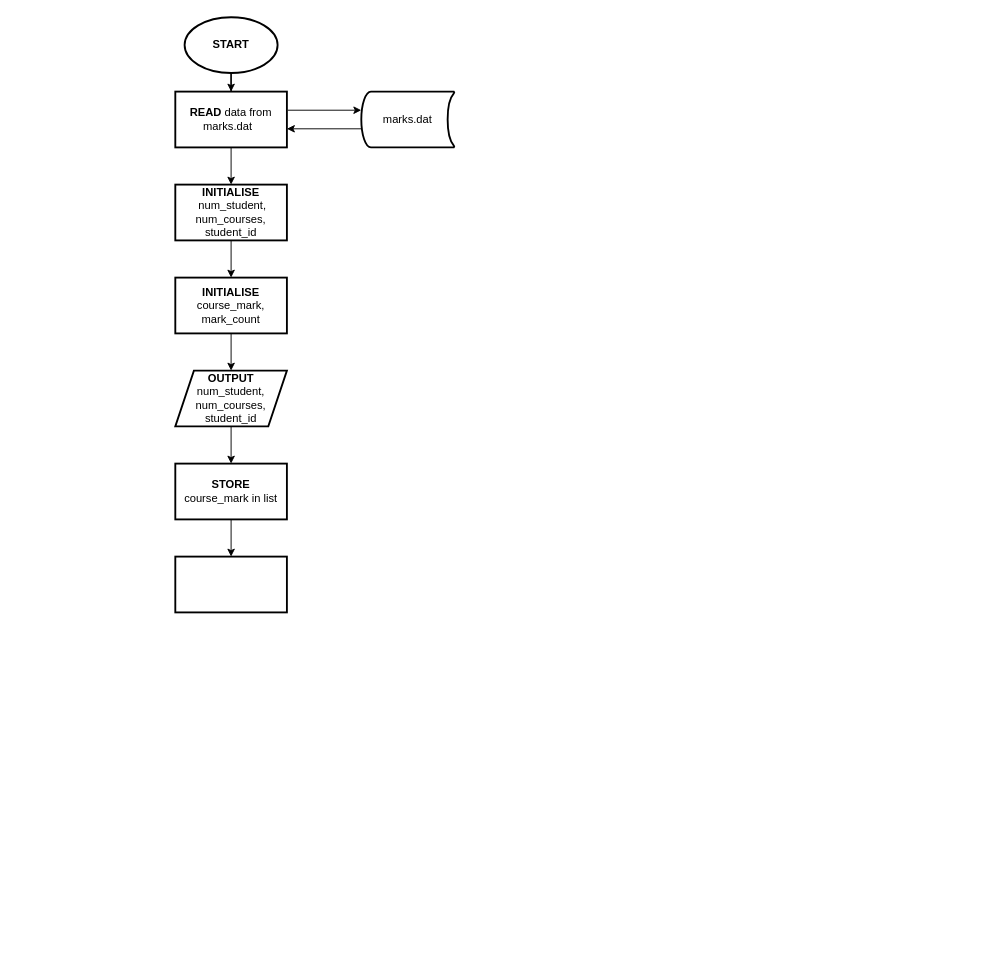
erwanfadlys/OUM_Final keeps this draw.io diagram as page "MainFunc" (1 of 2) of Untitled Diagram.drawio. Above is the earlier version. Source tidied: cells renumbered, new cells numbered last; positions are measured from the earlier drawing's top-left corner, leaving out a move shared by most shapes. Both pictures are drawn from the tidied source at 93%, with x=0, y=0 at pixel (175, 17).
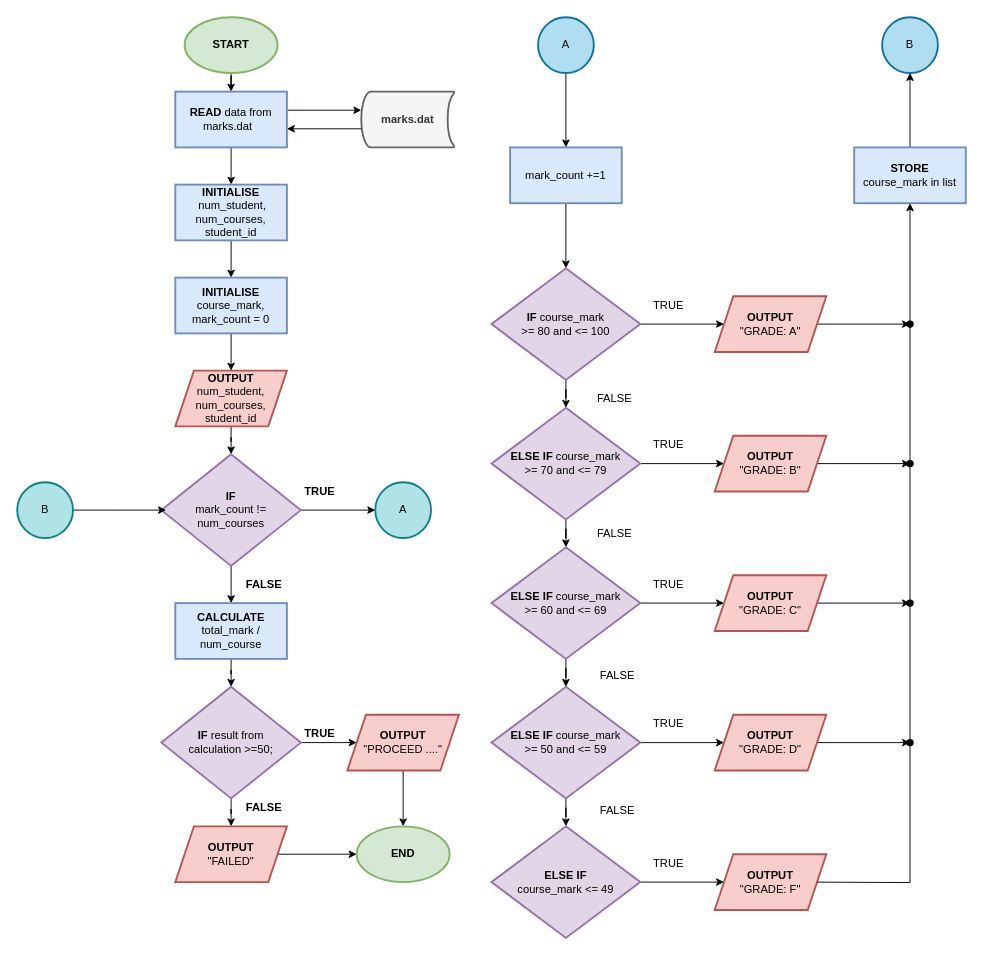
After the change.

Diff of the diagram source:
```diff
@@
-    <mxCell id="2" value="marks.dat" style="strokeWidth=2;html=1;shape=mxgraph.flowchart.stored_data;whiteSpace=wrap;" parent="1" vertex="1">
+    <mxCell id="2" value="&lt;b&gt;marks.dat&lt;/b&gt;" style="strokeWidth=2;html=1;shape=mxgraph.flowchart.stored_data;whiteSpace=wrap;fillColor=#f5f5f5;strokeColor=#666666;fontColor=#333333;" parent="1" vertex="1">
       <mxGeometry x="200" y="80" width="100" height="60" as="geometry" />
     </mxCell>
-    <mxCell id="3" style="edgeStyle=orthogonalEdgeStyle;rounded=0;jettySize=auto;html=1;" parent="1" edge="1" source="4" target="7">
+    <mxCell id="3" style="edgeStyle=orthogonalEdgeStyle;jettySize=auto;html=1;" parent="1" edge="1" source="4" target="7">
       <mxGeometry relative="1" as="geometry" />
     </mxCell>
-    <mxCell id="4" value="&lt;b&gt;START&lt;/b&gt;" style="strokeWidth=2;html=1;shape=mxgraph.flowchart.start_1;whiteSpace=wrap;" parent="1" vertex="1">
+    <mxCell id="4" value="&lt;b&gt;START&lt;/b&gt;" style="strokeWidth=2;html=1;shape=mxgraph.flowchart.start_1;whiteSpace=wrap;fillColor=#d5e8d4;strokeColor=#82b366;" parent="1" vertex="1">
       <mxGeometry x="10" width="100" height="60" as="geometry" />
     </mxCell>
-    <mxCell id="5" style="edgeStyle=orthogonalEdgeStyle;rounded=0;jettySize=auto;html=1;" parent="1" edge="1" target="2">
+    <mxCell id="5" style="edgeStyle=orthogonalEdgeStyle;jettySize=auto;html=1;" parent="1" edge="1" target="2">
       <mxGeometry relative="1" as="geometry">
         <mxPoint x="121" y="100" as="sourcePoint" />
         <Array as="points">
           <mxPoint x="121" y="100" />
         </Array>
       </mxGeometry>
     </mxCell>
-    <mxCell id="6" style="edgeStyle=orthogonalEdgeStyle;rounded=0;jettySize=auto;html=1;" parent="1" edge="1" source="7" target="10">
+    <mxCell id="6" style="edgeStyle=orthogonalEdgeStyle;jettySize=auto;html=1;" parent="1" edge="1" source="7" target="10">
       <mxGeometry relative="1" as="geometry" />
     </mxCell>
-    <mxCell id="7" value="&lt;b&gt;READ&lt;/b&gt; data from marks.dat &amp;nbsp;" style="whiteSpace=wrap;html=1;strokeWidth=2;" parent="1" vertex="1">
+    <mxCell id="7" value="&lt;b&gt;READ&lt;/b&gt; data from marks.dat &amp;nbsp;" style="whiteSpace=wrap;html=1;strokeWidth=2;fillColor=#dae8fc;strokeColor=#6c8ebf;" parent="1" vertex="1">
       <mxGeometry y="80" width="120" height="60" as="geometry" />
     </mxCell>
-    <mxCell id="8" style="edgeStyle=orthogonalEdgeStyle;rounded=0;jettySize=auto;html=1;" parent="1" edge="1" source="2">
+    <mxCell id="8" style="edgeStyle=orthogonalEdgeStyle;jettySize=auto;html=1;" parent="1" edge="1" source="2">
       <mxGeometry relative="1" as="geometry">
         <mxPoint x="120" y="120" as="targetPoint" />
         <Array as="points">
           <mxPoint x="120" y="120" />
         </Array>
       </mxGeometry>
     </mxCell>
-    <mxCell id="9" style="edgeStyle=orthogonalEdgeStyle;rounded=0;jettySize=auto;html=1;" parent="1" edge="1" source="10" target="14">
+    <mxCell id="9" style="edgeStyle=orthogonalEdgeStyle;jettySize=auto;html=1;" parent="1" edge="1" source="10" target="14">
       <mxGeometry relative="1" as="geometry" />
     </mxCell>
-    <mxCell id="10" value="&lt;b&gt;INITIALISE&lt;/b&gt; &amp;nbsp;num_student,&lt;br&gt;num_courses, student_id" style="whiteSpace=wrap;html=1;strokeWidth=2;" parent="1" vertex="1">
+    <mxCell id="10" value="&lt;b&gt;INITIALISE&lt;/b&gt; &amp;nbsp;num_student,&lt;br&gt;num_courses, student_id" style="whiteSpace=wrap;html=1;strokeWidth=2;fillColor=#dae8fc;strokeColor=#6c8ebf;" parent="1" vertex="1">
       <mxGeometry y="180" width="120" height="60" as="geometry" />
     </mxCell>
-    <mxCell id="11" style="edgeStyle=orthogonalEdgeStyle;rounded=0;jettySize=auto;html=1;" parent="1" edge="1" source="12" target="16">
-      <mxGeometry relative="1" as="geometry" />
-    </mxCell>
+    <mxCell id="18" style="edgeStyle=orthogonalEdgeStyle;jettySize=auto;html=1;" parent="1" edge="1" source="12" target="22">
+      <mxGeometry relative="1" as="geometry" />
+    </mxCell>
-    <mxCell id="12" value="&lt;b&gt;OUTPUT&lt;/b&gt; num_student, num_courses, student_id" style="shape=parallelogram;perimeter=parallelogramPerimeter;whiteSpace=wrap;html=1;fixedSize=1;strokeWidth=2;" parent="1" vertex="1">
+    <mxCell id="12" value="&lt;b&gt;OUTPUT&lt;/b&gt; num_student, num_courses, student_id" style="shape=parallelogram;perimeter=parallelogramPerimeter;whiteSpace=wrap;html=1;fixedSize=1;strokeWidth=2;fillColor=#f8cecc;strokeColor=#b85450;" parent="1" vertex="1">
       <mxGeometry y="380" width="120" height="60" as="geometry" />
     </mxCell>
-    <mxCell id="13" style="edgeStyle=orthogonalEdgeStyle;rounded=0;jettySize=auto;html=1;" parent="1" edge="1" source="14" target="12">
+    <mxCell id="13" style="edgeStyle=orthogonalEdgeStyle;jettySize=auto;html=1;" parent="1" edge="1" source="14" target="12">
       <mxGeometry relative="1" as="geometry" />
     </mxCell>
-    <mxCell id="14" value="&lt;b&gt;INITIALISE&lt;/b&gt;&lt;br&gt;course_mark,&lt;br&gt;mark_count" style="whiteSpace=wrap;html=1;strokeWidth=2;" parent="1" vertex="1">
+    <mxCell id="14" value="&lt;b&gt;INITIALISE&lt;/b&gt;&lt;br&gt;course_mark,&lt;br&gt;mark_count = 0" style="whiteSpace=wrap;html=1;strokeWidth=2;fillColor=#dae8fc;strokeColor=#6c8ebf;" parent="1" vertex="1">
       <mxGeometry y="280" width="120" height="60" as="geometry" />
     </mxCell>
-    <mxCell id="15" style="edgeStyle=orthogonalEdgeStyle;rounded=0;jettySize=auto;html=1;" parent="1" edge="1" source="16" target="17">
-      <mxGeometry relative="1" as="geometry" />
-    </mxCell>
+    <mxCell id="19" value="A" style="strokeWidth=2;html=1;shape=mxgraph.flowchart.start_2;whiteSpace=wrap;fillColor=#b0e3e6;strokeColor=#0e8088;" parent="1" vertex="1">
+      <mxGeometry x="215" y="500" width="60" height="60" as="geometry" />
+    </mxCell>
+    <mxCell id="20" style="edgeStyle=orthogonalEdgeStyle;jettySize=auto;html=1;exitX=1;exitY=0.5;exitDx=0;exitDy=0;" parent="1" edge="1" source="22" target="19">
+      <mxGeometry relative="1" as="geometry" />
+    </mxCell>
+    <mxCell id="21" style="edgeStyle=orthogonalEdgeStyle;jettySize=auto;html=1;" parent="1" edge="1" source="22" target="25">
+      <mxGeometry relative="1" as="geometry" />
+    </mxCell>
+    <mxCell id="22" value="&lt;b&gt;IF&lt;/b&gt;&lt;br&gt;mark_count != num_courses" style="rhombus;whiteSpace=wrap;html=1;strokeWidth=2;fillColor=#e1d5e7;strokeColor=#9673a6;" parent="1" vertex="1">
+      <mxGeometry x="-15" y="470" width="150" height="120" as="geometry" />
+    </mxCell>
+    <mxCell id="23" value="TRUE" style="text;html=1;align=center;verticalAlign=middle;strokeColor=none;fillColor=none;fontStyle=1;" parent="1" vertex="1">
+      <mxGeometry x="130" y="500" width="50" height="20" as="geometry" />
+    </mxCell>
+    <mxCell id="24" style="edgeStyle=orthogonalEdgeStyle;jettySize=auto;html=1;" parent="1" edge="1" source="25" target="31">
+      <mxGeometry relative="1" as="geometry" />
+    </mxCell>
+    <mxCell id="25" value="&lt;b&gt;CALCULATE&lt;/b&gt; total_mark / num_course" style="whiteSpace=wrap;html=1;strokeWidth=2;fillColor=#dae8fc;strokeColor=#6c8ebf;" parent="1" vertex="1">
+      <mxGeometry y="630" width="120" height="60" as="geometry" />
+    </mxCell>
+    <mxCell id="26" style="edgeStyle=orthogonalEdgeStyle;jettySize=auto;html=1;" parent="1" edge="1" source="27">
+      <mxGeometry relative="1" as="geometry">
+        <mxPoint x="-10" y="530" as="targetPoint" />
+      </mxGeometry>
+    </mxCell>
+    <mxCell id="27" value="B" style="strokeWidth=2;html=1;shape=mxgraph.flowchart.start_2;whiteSpace=wrap;fillColor=#b0e3e6;strokeColor=#0e8088;" parent="1" vertex="1">
+      <mxGeometry x="-170" y="500" width="60" height="60" as="geometry" />
+    </mxCell>
+    <mxCell id="28" value="FALSE" style="text;html=1;align=center;verticalAlign=middle;strokeColor=none;fillColor=none;fontStyle=1;" parent="1" vertex="1">
+      <mxGeometry x="70" y="600" width="50" height="20" as="geometry" />
+    </mxCell>
+    <mxCell id="29" style="edgeStyle=orthogonalEdgeStyle;jettySize=auto;html=1;" parent="1" edge="1" source="31" target="33">
+      <mxGeometry relative="1" as="geometry" />
+    </mxCell>
+    <mxCell id="30" style="edgeStyle=orthogonalEdgeStyle;jettySize=auto;html=1;" parent="1" edge="1" source="31" target="36">
+      <mxGeometry relative="1" as="geometry" />
+    </mxCell>
+    <mxCell id="31" value="&lt;b&gt;IF &lt;/b&gt;result from &lt;br&gt;calculation &amp;gt;=50;" style="rhombus;whiteSpace=wrap;html=1;strokeWidth=2;fillColor=#e1d5e7;strokeColor=#9673a6;" parent="1" vertex="1">
+      <mxGeometry x="-15" y="720" width="150" height="120" as="geometry" />
+    </mxCell>
+    <mxCell id="32" style="edgeStyle=orthogonalEdgeStyle;rounded=0;jettySize=auto;html=1;" parent="1" edge="1" source="33" target="38">
+      <mxGeometry relative="1" as="geometry" />
+    </mxCell>
+    <mxCell id="33" value="&lt;b&gt;OUTPUT&lt;/b&gt;&lt;br&gt;&quot;PROCEED ....&quot;" style="shape=parallelogram;perimeter=parallelogramPerimeter;whiteSpace=wrap;html=1;fixedSize=1;strokeWidth=2;fillColor=#f8cecc;strokeColor=#b85450;" parent="1" vertex="1">
+      <mxGeometry x="185" y="750" width="120" height="60" as="geometry" />
+    </mxCell>
+    <mxCell id="34" value="TRUE" style="text;html=1;align=center;verticalAlign=middle;strokeColor=none;fillColor=none;fontStyle=1;" parent="1" vertex="1">
+      <mxGeometry x="130" y="760" width="50" height="20" as="geometry" />
+    </mxCell>
+    <mxCell id="35" style="edgeStyle=orthogonalEdgeStyle;rounded=0;jettySize=auto;html=1;" parent="1" edge="1" source="36" target="38">
+      <mxGeometry relative="1" as="geometry" />
+    </mxCell>
+    <mxCell id="36" value="&lt;b&gt;OUTPUT&lt;/b&gt;&lt;br&gt;&quot;FAILED&quot;" style="shape=parallelogram;perimeter=parallelogramPerimeter;whiteSpace=wrap;html=1;fixedSize=1;strokeWidth=2;fillColor=#f8cecc;strokeColor=#b85450;" parent="1" vertex="1">
+      <mxGeometry y="870" width="120" height="60" as="geometry" />
+    </mxCell>
+    <mxCell id="37" value="FALSE" style="text;html=1;align=center;verticalAlign=middle;strokeColor=none;fillColor=none;fontStyle=1;" parent="1" vertex="1">
+      <mxGeometry x="70" y="840" width="50" height="20" as="geometry" />
+    </mxCell>
+    <mxCell id="38" value="&lt;b&gt;END&lt;/b&gt;" style="strokeWidth=2;html=1;shape=mxgraph.flowchart.start_1;whiteSpace=wrap;fillColor=#d5e8d4;strokeColor=#82b366;" parent="1" vertex="1">
+      <mxGeometry x="195" y="870" width="100" height="60" as="geometry" />
+    </mxCell>
+    <mxCell id="39" style="edgeStyle=orthogonalEdgeStyle;rounded=0;jettySize=auto;html=1;" parent="1" edge="1" source="40" target="42">
+      <mxGeometry relative="1" as="geometry" />
+    </mxCell>
+    <mxCell id="40" value="A" style="strokeWidth=2;html=1;shape=mxgraph.flowchart.start_2;whiteSpace=wrap;fillColor=#b1ddf0;strokeColor=#10739e;" parent="1" vertex="1">
+      <mxGeometry x="390" width="60" height="60" as="geometry" />
+    </mxCell>
+    <mxCell id="41" style="edgeStyle=orthogonalEdgeStyle;rounded=0;jettySize=auto;html=1;" parent="1" edge="1" source="42" target="45">
+      <mxGeometry relative="1" as="geometry" />
+    </mxCell>
+    <mxCell id="42" value="mark_count +=1" style="whiteSpace=wrap;html=1;strokeWidth=2;fillColor=#dae8fc;strokeColor=#6c8ebf;" parent="1" vertex="1">
+      <mxGeometry x="360" y="140" width="120" height="60" as="geometry" />
+    </mxCell>
+    <mxCell id="43" style="edgeStyle=orthogonalEdgeStyle;rounded=0;jettySize=auto;html=1;" parent="1" edge="1" source="45" target="47">
+      <mxGeometry relative="1" as="geometry" />
+    </mxCell>
+    <mxCell id="44" style="edgeStyle=orthogonalEdgeStyle;rounded=0;jettySize=auto;html=1;" parent="1" edge="1" source="45" target="50">
+      <mxGeometry relative="1" as="geometry" />
+    </mxCell>
+    <mxCell id="45" value="&lt;b&gt;IF&lt;/b&gt; course_mark &lt;br&gt;&amp;gt;= 80&amp;nbsp;and &amp;lt;= 100" style="rhombus;whiteSpace=wrap;html=1;strokeWidth=2;fillColor=#e1d5e7;strokeColor=#9673a6;" parent="1" vertex="1">
+      <mxGeometry x="340" y="270" width="160" height="120" as="geometry" />
+    </mxCell>
+    <mxCell id="46" style="edgeStyle=orthogonalEdgeStyle;rounded=0;jettySize=auto;html=1;" parent="1" edge="1" source="47" target="74">
+      <mxGeometry relative="1" as="geometry" />
+    </mxCell>
+    <mxCell id="47" value="&lt;b&gt;OUTPUT&lt;/b&gt;&lt;br&gt;&quot;GRADE: A&quot;" style="shape=parallelogram;perimeter=parallelogramPerimeter;whiteSpace=wrap;html=1;fixedSize=1;strokeWidth=2;fillColor=#f8cecc;strokeColor=#b85450;" parent="1" vertex="1">
+      <mxGeometry x="580" y="300" width="120" height="60" as="geometry" />
+    </mxCell>
+    <mxCell id="48" style="edgeStyle=orthogonalEdgeStyle;rounded=0;jettySize=auto;html=1;" parent="1" edge="1" source="50" target="52">
+      <mxGeometry relative="1" as="geometry" />
+    </mxCell>
+    <mxCell id="49" style="edgeStyle=orthogonalEdgeStyle;rounded=0;jettySize=auto;html=1;" parent="1" edge="1" source="50" target="55">
+      <mxGeometry relative="1" as="geometry" />
+    </mxCell>
+    <mxCell id="50" value="&lt;b&gt;ELSE IF &lt;/b&gt;course_mark &lt;br&gt;&amp;gt;= 70&amp;nbsp;and &amp;lt;= 79" style="rhombus;whiteSpace=wrap;html=1;strokeWidth=2;fillColor=#e1d5e7;strokeColor=#9673a6;" parent="1" vertex="1">
+      <mxGeometry x="340" y="420" width="160" height="120" as="geometry" />
+    </mxCell>
+    <mxCell id="51" style="edgeStyle=orthogonalEdgeStyle;rounded=0;jettySize=auto;html=1;" parent="1" edge="1" source="52" target="72">
+      <mxGeometry relative="1" as="geometry" />
+    </mxCell>
+    <mxCell id="52" value="&lt;b&gt;OUTPUT&lt;/b&gt;&lt;br&gt;&quot;GRADE: B&quot;" style="shape=parallelogram;perimeter=parallelogramPerimeter;whiteSpace=wrap;html=1;fixedSize=1;strokeWidth=2;fillColor=#f8cecc;strokeColor=#b85450;" parent="1" vertex="1">
+      <mxGeometry x="580" y="450" width="120" height="60" as="geometry" />
+    </mxCell>
+    <mxCell id="53" style="edgeStyle=orthogonalEdgeStyle;rounded=0;jettySize=auto;html=1;" parent="1" edge="1" source="55" target="57">
+      <mxGeometry relative="1" as="geometry" />
+    </mxCell>
+    <mxCell id="54" style="edgeStyle=orthogonalEdgeStyle;rounded=0;jettySize=auto;html=1;" parent="1" edge="1" source="55" target="60">
+      <mxGeometry relative="1" as="geometry" />
+    </mxCell>
+    <mxCell id="55" value="&lt;b&gt;ELSE&amp;nbsp;IF &lt;/b&gt;course_mark &lt;br&gt;&amp;gt;= 60&amp;nbsp;and &amp;lt;= 69" style="rhombus;whiteSpace=wrap;html=1;strokeWidth=2;fillColor=#e1d5e7;strokeColor=#9673a6;" parent="1" vertex="1">
+      <mxGeometry x="340" y="570" width="160" height="120" as="geometry" />
+    </mxCell>
+    <mxCell id="56" style="edgeStyle=orthogonalEdgeStyle;rounded=0;jettySize=auto;html=1;" parent="1" edge="1" source="57" target="70">
+      <mxGeometry relative="1" as="geometry" />
+    </mxCell>
+    <mxCell id="57" value="&lt;b&gt;OUTPUT&lt;/b&gt;&lt;br&gt;&quot;GRADE: C&quot;" style="shape=parallelogram;perimeter=parallelogramPerimeter;whiteSpace=wrap;html=1;fixedSize=1;strokeWidth=2;fillColor=#f8cecc;strokeColor=#b85450;" parent="1" vertex="1">
+      <mxGeometry x="580" y="600" width="120" height="60" as="geometry" />
+    </mxCell>
+    <mxCell id="58" style="edgeStyle=orthogonalEdgeStyle;rounded=0;jettySize=auto;html=1;" parent="1" edge="1" source="60" target="62">
+      <mxGeometry relative="1" as="geometry" />
+    </mxCell>
+    <mxCell id="59" style="edgeStyle=orthogonalEdgeStyle;rounded=0;jettySize=auto;html=1;" parent="1" edge="1" source="60" target="64">
+      <mxGeometry relative="1" as="geometry" />
+    </mxCell>
+    <mxCell id="60" value="&lt;b&gt;ELSE&amp;nbsp;IF &lt;/b&gt;course_mark &lt;br&gt;&amp;gt;= 50&amp;nbsp;and &amp;lt;= 59" style="rhombus;whiteSpace=wrap;html=1;strokeWidth=2;fillColor=#e1d5e7;strokeColor=#9673a6;" parent="1" vertex="1">
+      <mxGeometry x="340" y="720" width="160" height="120" as="geometry" />
+    </mxCell>
+    <mxCell id="61" style="edgeStyle=orthogonalEdgeStyle;rounded=0;jettySize=auto;html=1;" parent="1" edge="1" source="62" target="68">
+      <mxGeometry relative="1" as="geometry" />
+    </mxCell>
+    <mxCell id="62" value="&lt;b&gt;OUTPUT&lt;br&gt;&lt;/b&gt;&quot;GRADE: D&quot;" style="shape=parallelogram;perimeter=parallelogramPerimeter;whiteSpace=wrap;html=1;fixedSize=1;strokeWidth=2;fillColor=#f8cecc;strokeColor=#b85450;" parent="1" vertex="1">
+      <mxGeometry x="580" y="750" width="120" height="60" as="geometry" />
+    </mxCell>
+    <mxCell id="63" style="edgeStyle=orthogonalEdgeStyle;rounded=0;jettySize=auto;html=1;" parent="1" edge="1" source="64" target="66">
+      <mxGeometry relative="1" as="geometry" />
+    </mxCell>
+    <mxCell id="64" value="&lt;b&gt;ELSE&amp;nbsp;IF&lt;/b&gt; &lt;br&gt;course_mark &amp;lt;=&amp;nbsp;49" style="rhombus;whiteSpace=wrap;html=1;strokeWidth=2;fillColor=#e1d5e7;strokeColor=#9673a6;" parent="1" vertex="1">
+      <mxGeometry x="340" y="870" width="160" height="120" as="geometry" />
+    </mxCell>
+    <mxCell id="65" style="edgeStyle=orthogonalEdgeStyle;rounded=0;jettySize=auto;html=1;startArrow=none;entryX=0.5;entryY=1;entryDx=0;entryDy=0;" parent="1" edge="1" source="74" target="16">
+      <mxGeometry relative="1" as="geometry" />
+    </mxCell>
+    <mxCell id="66" value="&lt;b&gt;OUTPUT&lt;/b&gt;&lt;br&gt;&quot;GRADE: F&quot;" style="shape=parallelogram;perimeter=parallelogramPerimeter;whiteSpace=wrap;html=1;fixedSize=1;strokeWidth=2;fillColor=#f8cecc;strokeColor=#b85450;" parent="1" vertex="1">
+      <mxGeometry x="580" y="900" width="120" height="60" as="geometry" />
+    </mxCell>
+    <mxCell id="67" value="B" style="strokeWidth=2;html=1;shape=mxgraph.flowchart.start_2;whiteSpace=wrap;fillColor=#b1ddf0;strokeColor=#10739e;" parent="1" vertex="1">
+      <mxGeometry x="760" width="60" height="60" as="geometry" />
+    </mxCell>
+    <mxCell id="68" style="shape=waypoint;size=6;points=[];fillColor=#ffffff;perimeter=centerPerimeter;snapToPoint=1;strokeWidth=2;" parent="1" vertex="1">
+      <mxGeometry x="770" y="760" width="40" height="40" as="geometry" />
+    </mxCell>
+    <mxCell id="69" style="edgeStyle=orthogonalEdgeStyle;rounded=0;jettySize=auto;html=1;endArrow=none;" parent="1" edge="1" target="68">
+      <mxGeometry relative="1" as="geometry">
+        <mxPoint x="690" y="930" as="sourcePoint" />
+      </mxGeometry>
+    </mxCell>
+    <mxCell id="70" style="shape=waypoint;size=6;points=[];fillColor=#ffffff;perimeter=centerPerimeter;snapToPoint=1;strokeWidth=2;" parent="1" vertex="1">
+      <mxGeometry x="770" y="610" width="40" height="40" as="geometry" />
+    </mxCell>
+    <mxCell id="71" style="edgeStyle=orthogonalEdgeStyle;rounded=0;jettySize=auto;html=1;startArrow=none;endArrow=none;" parent="1" edge="1" source="68" target="70">
+      <mxGeometry relative="1" as="geometry" />
+    </mxCell>
+    <mxCell id="72" style="shape=waypoint;size=6;points=[];fillColor=#ffffff;perimeter=centerPerimeter;snapToPoint=1;strokeWidth=2;" parent="1" vertex="1">
+      <mxGeometry x="770" y="460" width="40" height="40" as="geometry" />
+    </mxCell>
+    <mxCell id="73" style="edgeStyle=orthogonalEdgeStyle;rounded=0;jettySize=auto;html=1;startArrow=none;endArrow=none;" parent="1" edge="1" source="70" target="72">
+      <mxGeometry relative="1" as="geometry" />
+    </mxCell>
+    <mxCell id="74" style="shape=waypoint;size=6;points=[];fillColor=#ffffff;perimeter=centerPerimeter;snapToPoint=1;strokeWidth=2;" parent="1" vertex="1">
+      <mxGeometry x="770" y="310" width="40" height="40" as="geometry" />
+    </mxCell>
+    <mxCell id="75" style="edgeStyle=orthogonalEdgeStyle;rounded=0;jettySize=auto;html=1;startArrow=none;endArrow=none;" parent="1" edge="1" source="72" target="74">
+      <mxGeometry relative="1" as="geometry" />
+    </mxCell>
+    <mxCell id="76" value="FALSE" style="text;html=1;align=center;verticalAlign=middle;strokeColor=none;fillColor=none;" parent="1" vertex="1">
+      <mxGeometry x="447" y="400" width="50" height="20" as="geometry" />
+    </mxCell>
+    <mxCell id="77" value="TRUE" style="text;html=1;align=center;verticalAlign=middle;strokeColor=none;fillColor=none;" parent="1" vertex="1">
+      <mxGeometry x="505" y="300" width="50" height="20" as="geometry" />
+    </mxCell>
+    <mxCell id="78" value="TRUE" style="text;html=1;align=center;verticalAlign=middle;strokeColor=none;fillColor=none;" parent="1" vertex="1">
+      <mxGeometry x="505" y="450" width="50" height="20" as="geometry" />
+    </mxCell>
+    <mxCell id="79" value="TRUE" style="text;html=1;align=center;verticalAlign=middle;strokeColor=none;fillColor=none;" parent="1" vertex="1">
+      <mxGeometry x="505" y="600" width="50" height="20" as="geometry" />
+    </mxCell>
+    <mxCell id="80" value="TRUE" style="text;html=1;align=center;verticalAlign=middle;strokeColor=none;fillColor=none;" parent="1" vertex="1">
+      <mxGeometry x="505" y="750" width="50" height="20" as="geometry" />
+    </mxCell>
+    <mxCell id="81" value="TRUE" style="text;html=1;align=center;verticalAlign=middle;strokeColor=none;fillColor=none;" parent="1" vertex="1">
+      <mxGeometry x="505" y="900" width="50" height="20" as="geometry" />
+    </mxCell>
+    <mxCell id="82" value="FALSE" style="text;html=1;align=center;verticalAlign=middle;strokeColor=none;fillColor=none;" parent="1" vertex="1">
+      <mxGeometry x="447" y="545" width="50" height="20" as="geometry" />
+    </mxCell>
+    <mxCell id="83" value="FALSE" style="text;html=1;align=center;verticalAlign=middle;strokeColor=none;fillColor=none;" parent="1" vertex="1">
+      <mxGeometry x="450" y="697.5" width="50" height="20" as="geometry" />
+    </mxCell>
+    <mxCell id="84" value="FALSE" style="text;html=1;align=center;verticalAlign=middle;strokeColor=none;fillColor=none;" parent="1" vertex="1">
+      <mxGeometry x="450" y="842.5" width="50" height="20" as="geometry" />
+    </mxCell>
+    <mxCell id="85" style="edgeStyle=orthogonalEdgeStyle;rounded=0;jettySize=auto;html=1;" parent="1" edge="1" source="16" target="67">
+      <mxGeometry relative="1" as="geometry" />
+    </mxCell>
-    <mxCell id="16" value="&lt;b&gt;STORE&lt;/b&gt; &lt;br&gt;course_mark in list" style="whiteSpace=wrap;html=1;strokeWidth=2;" parent="1" vertex="1">
-      <mxGeometry y="480" width="120" height="60" as="geometry" />
+    <mxCell id="16" value="&lt;b&gt;STORE&lt;/b&gt; &lt;br&gt;course_mark in list" style="whiteSpace=wrap;html=1;strokeWidth=2;fillColor=#dae8fc;strokeColor=#6c8ebf;" parent="1" vertex="1">
+      <mxGeometry x="730" y="140" width="120" height="60" as="geometry" />
     </mxCell>
-    <mxCell id="17" style="whiteSpace=wrap;html=1;strokeWidth=2;" parent="1" vertex="1">
-      <mxGeometry y="580" width="120" height="60" as="geometry" />
-    </mxCell>
```
